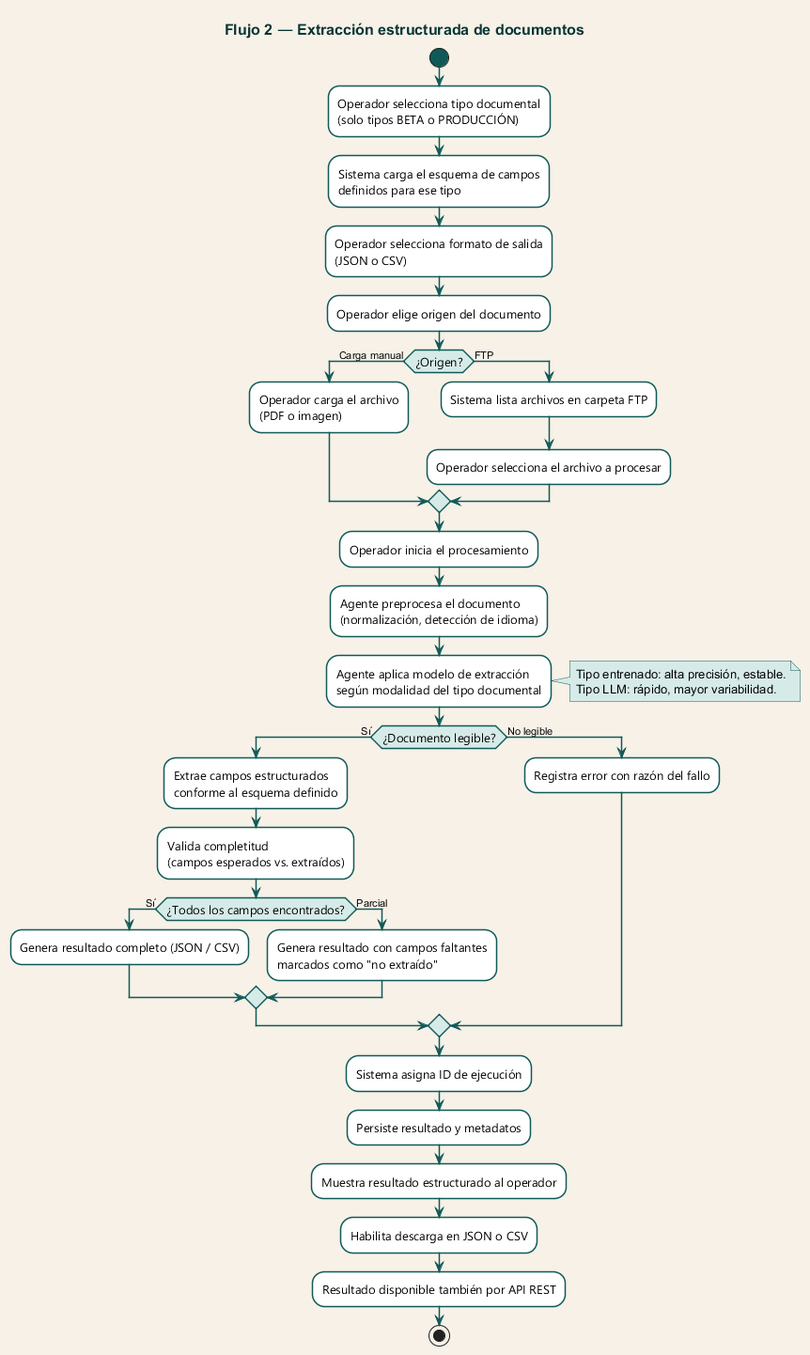
Before: RAG/assets/img/diagramas/tobefuncional/flujo-extraccion.png, a diagram exported from PlantUML (sedibuc/documentacion_cintel). Its diagram source:
```plantuml
@startuml flujo-extraccion
skinparam backgroundColor #f7f1e7
skinparam activity {
  BackgroundColor #ffffff
  BorderColor #0f5a58
  BorderThickness 1.5
  FontSize 13
  FontName "Segoe UI"
  ArrowColor #0f5a58
  ArrowFontSize 11
  StartColor #0f5a58
  EndColor #073534
  DiamondBackgroundColor #d6ebe8
  DiamondBorderColor #0f5a58
}
skinparam note {
  BackgroundColor #d6ebe8
  BorderColor #0f5a58
}
skinparam title {
  FontSize 16
  FontStyle bold
  FontColor #073534
}

title Flujo 2 — Extracción estructurada de documentos

start
:Operador selecciona tipo documental\n(solo tipos BETA o PRODUCCIÓN);
:Sistema carga el esquema de campos\ndefinidos para ese tipo;
:Operador selecciona formato de salida\n(JSON o CSV);
:Operador elige origen del documento;

if (¿Origen?) then (Carga manual)
  :Operador carga el archivo\n(PDF o imagen);
else (FTP)
  :Sistema lista archivos en carpeta FTP;
  :Operador selecciona el archivo a procesar;
endif

:Operador inicia el procesamiento;
:Agente preprocesa el documento\n(normalización, detección de idioma);
:Agente aplica modelo de extracción\nsegún modalidad del tipo documental;
note right
  Tipo entrenado: alta precisión, estable.
  Tipo LLM: rápido, mayor variabilidad.
end note

if (¿Documento legible?) then (Sí)
  :Extrae campos estructurados\nconforme al esquema definido;
  :Valida completitud\n(campos esperados vs. extraídos);
  if (¿Todos los campos encontrados?) then (Sí)
    :Genera resultado completo (JSON / CSV);
  else (Parcial)
    :Genera resultado con campos faltantes\nmarcados como "no extraído";
  endif
else (No legible)
  :Registra error con razón del fallo;
endif

:Sistema asigna ID de ejecución;
:Persiste resultado y metadatos;
:Muestra resultado estructurado al operador;
:Habilita descarga en JSON o CSV;
:Resultado disponible también por API REST;
stop

@enduml
```
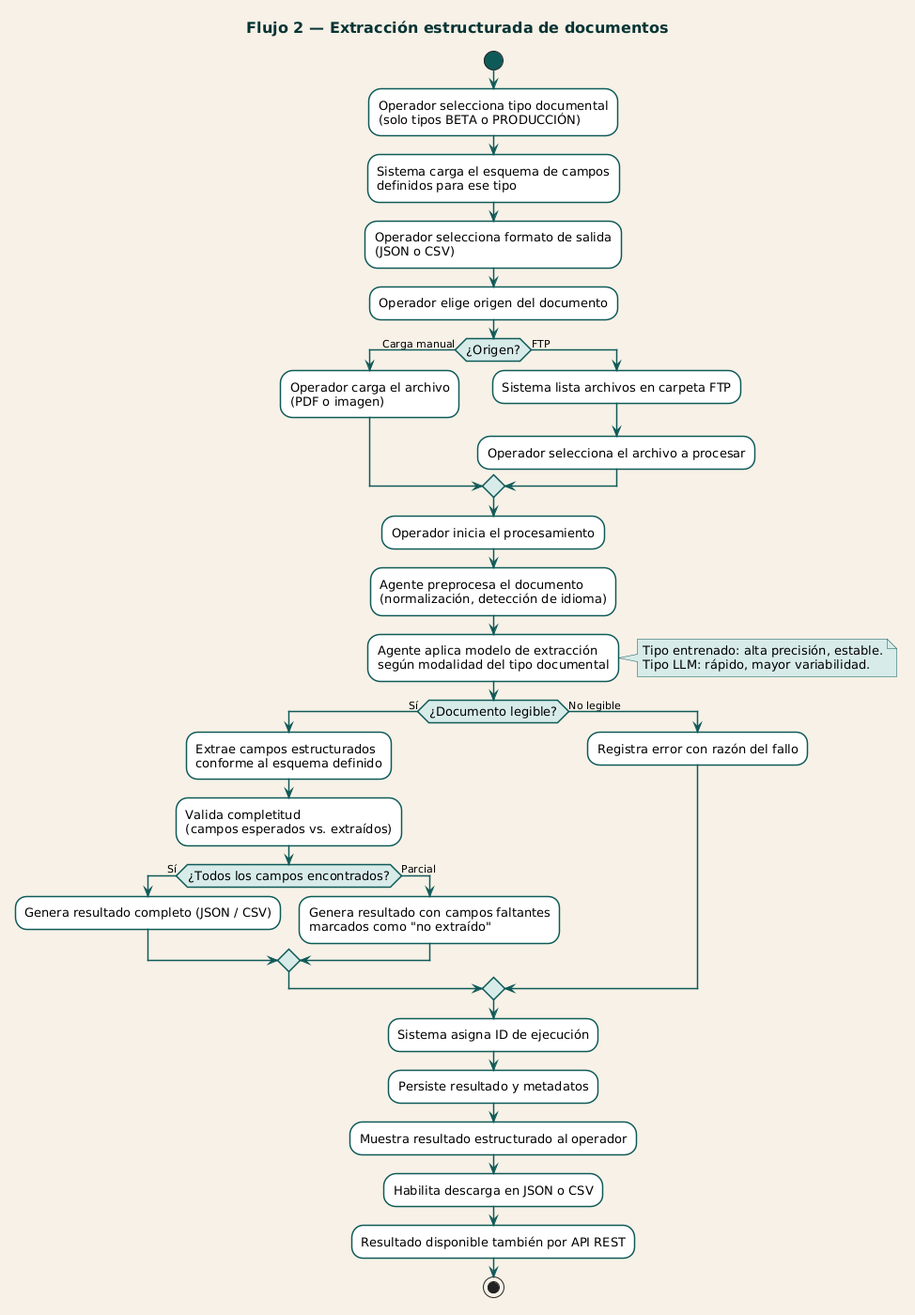
After the commit.

Diff of the diagram source:
```diff
@@ -1,4 +1,4 @@
-@startuml flujo-extraccion
+@startuml
 skinparam backgroundColor #f7f1e7
 skinparam activity {
   BackgroundColor #ffffff
@@ -64,5 +64,4 @@
 :Habilita descarga en JSON o CSV;
 :Resultado disponible también por API REST;
 stop
-
 @enduml
```
